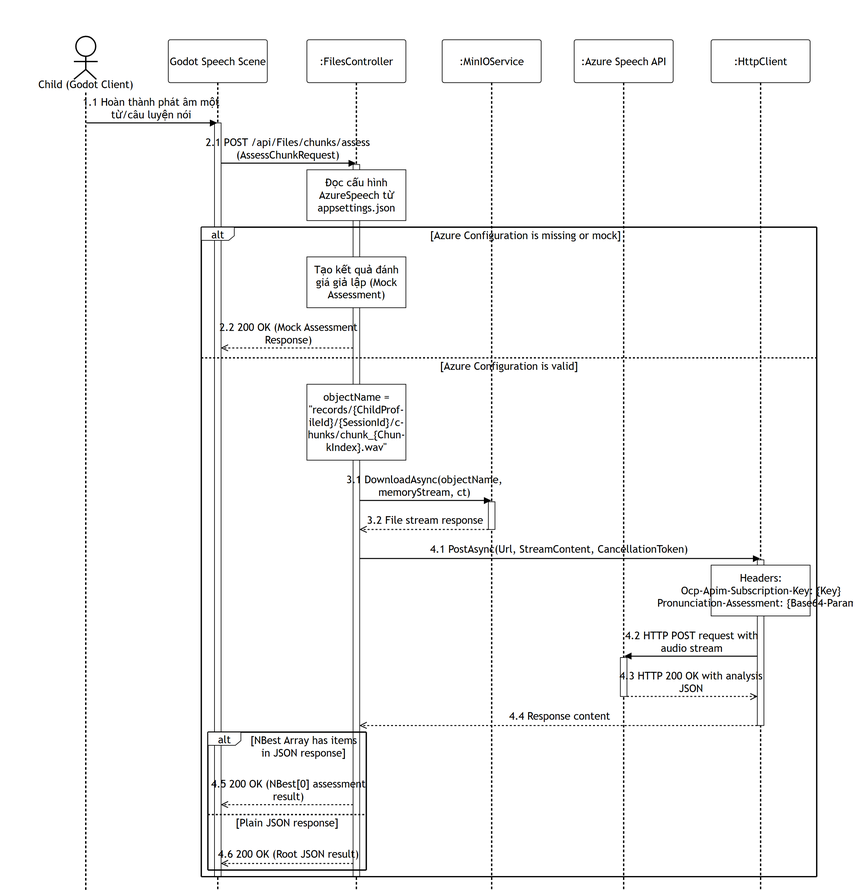
Above: 07-results-performance-analysis/images/apis/assess-speech-chunk.png in PhucAnDev/docx-diagram (Mermaid), before the change. Its source is kept beside it as 07-results-performance-analysis/sequence-diagram/apis/assess-speech-chunk.mmd.
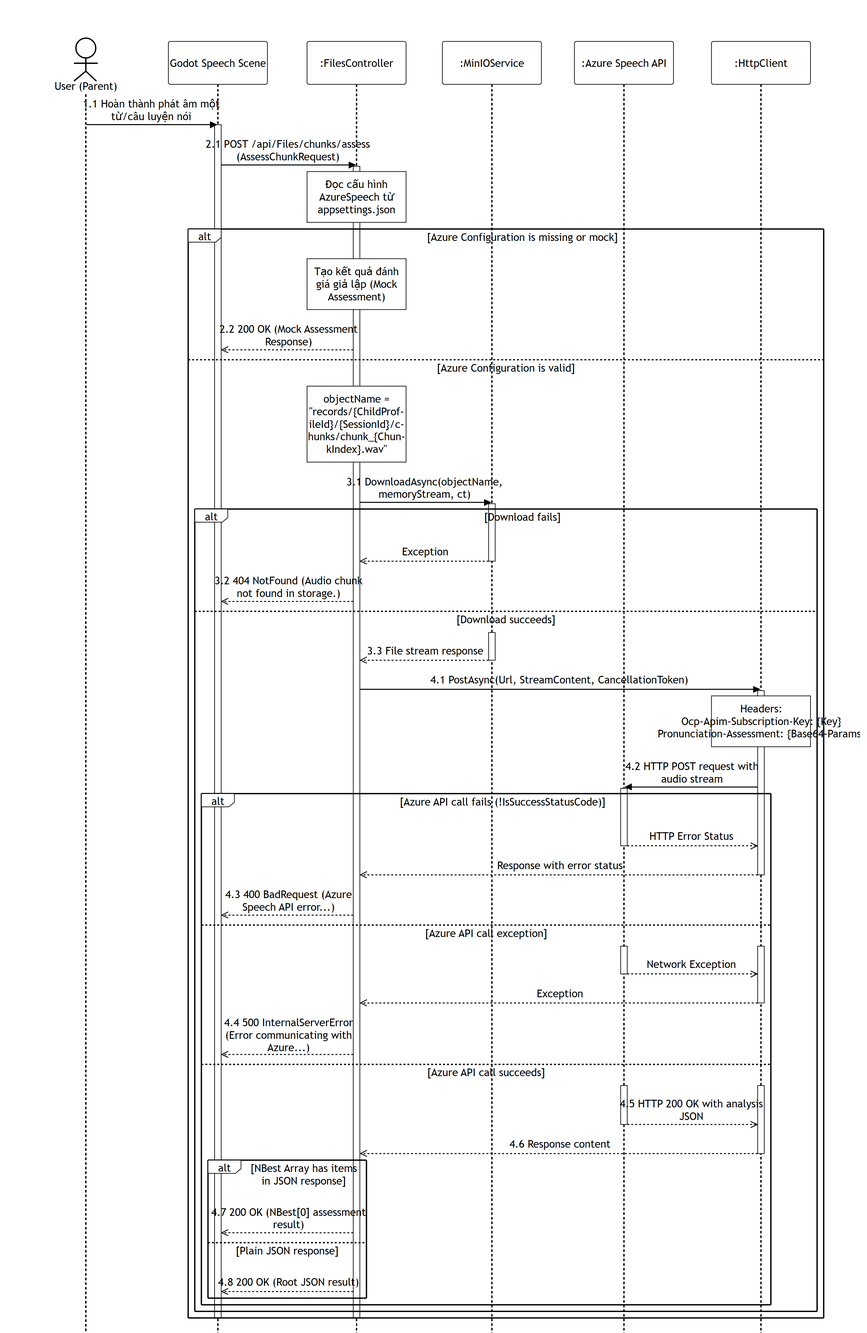
After the commit.

Commit message:
fix: update assess-speech-chunk.mmd with correct actor, exception handling for storage/Azure API, and activations

What changed in the source:
```diff
@@ -1,14 +1,14 @@
 %%{init: {'theme':'base', 'themeVariables': {'actorBkg':'#ffffff','actorBorder':'#000000','actorTextColor':'#000000','actorLineColor':'#000000','signalColor':'#000000','signalTextColor':'#000000','labelBoxBkgColor':'#ffffff','labelBoxBorderColor':'#000000','labelTextColor':'#000000','loopTextColor':'#000000','noteBkgColor':'#ffffff','noteBorderColor':'#000000','noteTextColor':'#000000','activationBorderColor':'#000000','activationBkgColor':'#ffffff','sequenceNumberColor':'#000000'}, 'sequence': {'width':150,'height':65,'actorFontSize':16,'messageFontSize':16,'wrap':true,'wrapPadding':10}}}%%
 sequenceDiagram
     title POST /api/Files/chunks/assess
-    actor Child as Child (Godot Client)
+    actor User as User (Parent)
     participant UI as Godot Speech Scene
     participant Endpoint as :FilesController
     participant Storage as :MinIOService
     participant Azure as :Azure Speech API
     participant HttpClient as :HttpClient
 
-    Child->>UI: 1.1 Hoàn thành phát âm một từ/câu luyện nói
+    User->>UI: 1.1 Hoàn thành phát âm một từ/câu luyện nói
     activate UI
     UI->>Endpoint: 2.1 POST /api/Files/chunks/assess (AssessChunkRequest)
     activate Endpoint
@@ -23,24 +23,51 @@
 
         Endpoint->>Storage: 3.1 DownloadAsync(objectName, memoryStream, ct)
         activate Storage
-        Storage-->>Endpoint: 3.2 File stream response
-        deactivate Storage
 
-        Endpoint->>HttpClient: 4.1 PostAsync(Url, StreamContent, CancellationToken)
-        activate HttpClient
-        note over HttpClient: Headers:<br/>Ocp-Apim-Subscription-Key: {Key}<br/>Pronunciation-Assessment: {Base64-Params}
+        alt Download fails
+            Storage-->>Endpoint: Exception
+            deactivate Storage
+            Endpoint-->>UI: 3.2 404 NotFound (Audio chunk not found in storage.)
+        else Download succeeds
+            activate Storage
+            Storage-->>Endpoint: 3.3 File stream response
+            deactivate Storage
 
-        HttpClient->>Azure: 4.2 HTTP POST request with audio stream
-        activate Azure
-        Azure-->>HttpClient: 4.3 HTTP 200 OK with analysis JSON
-        deactivate Azure
-        HttpClient-->>Endpoint: 4.4 Response content
-        deactivate HttpClient
+            Endpoint->>HttpClient: 4.1 PostAsync(Url, StreamContent, CancellationToken)
+            activate HttpClient
+            note over HttpClient: Headers:<br/>Ocp-Apim-Subscription-Key: {Key}<br/>Pronunciation-Assessment: {Base64-Params}
 
-        alt NBest Array has items in JSON response
-            Endpoint-->>UI: 4.5 200 OK (NBest[0] assessment result)
-        else Plain JSON response
-            Endpoint-->>UI: 4.6 200 OK (Root JSON result)
+            HttpClient->>Azure: 4.2 HTTP POST request with audio stream
+            activate Azure
+
+            alt Azure API call fails (!IsSuccessStatusCode)
+                Azure-->>HttpClient: HTTP Error Status
+                deactivate Azure
+                HttpClient-->>Endpoint: Response with error status
+                deactivate HttpClient
+                Endpoint-->>UI: 4.3 400 BadRequest (Azure Speech API error...)
+            else Azure API call exception
+                activate HttpClient
+                activate Azure
+                Azure-->>HttpClient: Network Exception
+                deactivate Azure
+                HttpClient-->>Endpoint: Exception
+                deactivate HttpClient
+                Endpoint-->>UI: 4.4 500 InternalServerError (Error communicating with Azure...)
+            else Azure API call succeeds
+                activate HttpClient
+                activate Azure
+                Azure-->>HttpClient: 4.5 HTTP 200 OK with analysis JSON
+                deactivate Azure
+                HttpClient-->>Endpoint: 4.6 Response content
+                deactivate HttpClient
+
+                alt NBest Array has items in JSON response
+                    Endpoint-->>UI: 4.7 200 OK (NBest[0] assessment result)
+                else Plain JSON response
+                    Endpoint-->>UI: 4.8 200 OK (Root JSON result)
+                end
+            end
         end
     end
     deactivate Endpoint
```
